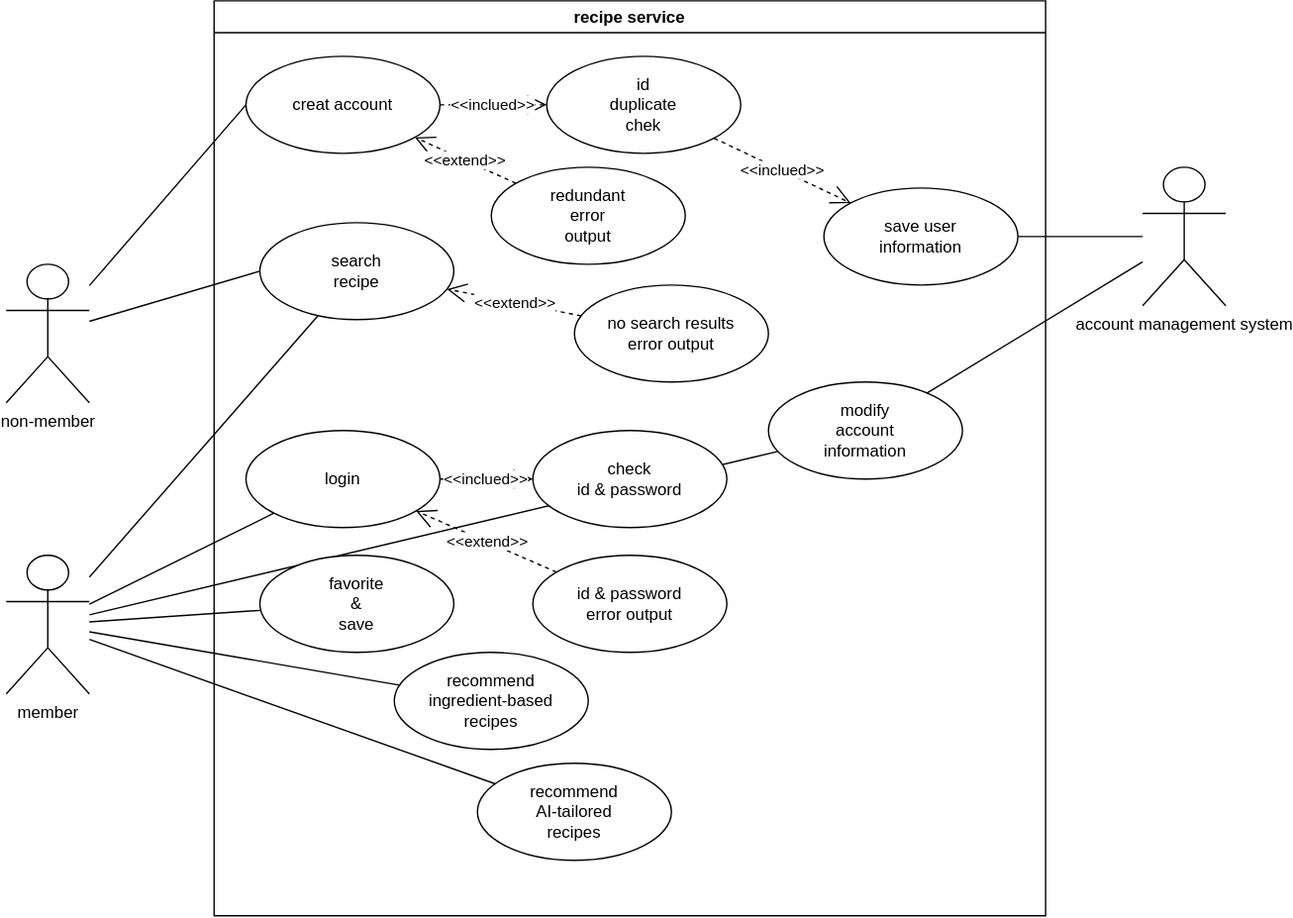
Above: sw1.drawio.svg in sunmoon-food-recipe/food-recipe (draw.io), before the change. Source tidied: cells renumbered, new cells last; positions are measured from the earlier drawing's top-left corner, leaving out a move shared by most shapes.
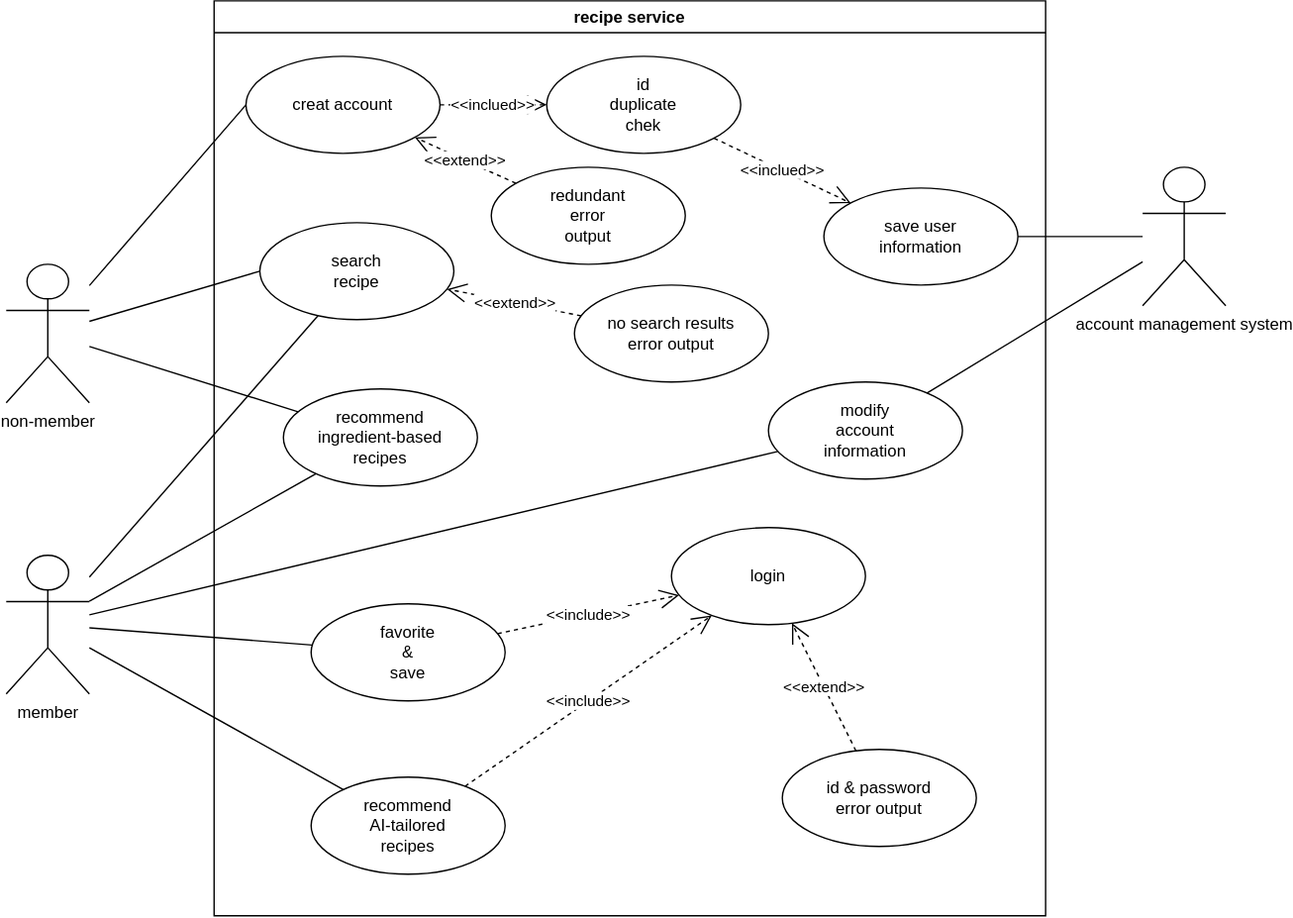
The same file after the commit.

Diff of the diagram source:
```diff
@@ -30,19 +30,13 @@
       <mxGeometry relative="1" as="geometry" />
     </mxCell>
     <mxCell id="11" value="login" style="ellipse;whiteSpace=wrap;html=1;" parent="5" vertex="1">
-      <mxGeometry x="23" y="310" width="140" height="70" as="geometry" />
+      <mxGeometry x="330" y="380" width="140" height="70" as="geometry" />
     </mxCell>
-    <mxCell id="12" value="check&lt;br&gt;id &amp;amp; password" style="ellipse;whiteSpace=wrap;html=1;" parent="5" vertex="1">
-      <mxGeometry x="230" y="310" width="140" height="70" as="geometry" />
-    </mxCell>
-    <mxCell id="13" value="&amp;lt;&amp;lt;inclued&amp;gt;&amp;gt;" style="endArrow=open;endSize=12;dashed=1;html=1;rounded=0;exitX=1;exitY=0.5;exitDx=0;exitDy=0;entryX=0;entryY=0.5;entryDx=0;entryDy=0;" parent="5" edge="1" source="11" target="12">
-      <mxGeometry relative="1" as="geometry" />
-    </mxCell>
     <mxCell id="14" value="search&lt;div&gt;recipe&lt;/div&gt;" style="ellipse;whiteSpace=wrap;html=1;" parent="5" vertex="1">
       <mxGeometry x="33" y="160" width="140" height="70" as="geometry" />
     </mxCell>
     <mxCell id="15" value="id &amp;amp; password&lt;br&gt;error output" style="ellipse;whiteSpace=wrap;html=1;" parent="5" vertex="1">
-      <mxGeometry x="230" y="400" width="140" height="70" as="geometry" />
+      <mxGeometry x="410" y="540" width="140" height="70" as="geometry" />
     </mxCell>
     <mxCell id="16" value="&amp;lt;&amp;lt;extend&amp;gt;&amp;gt;" style="endArrow=open;endSize=12;dashed=1;html=1;rounded=0;" parent="5" edge="1" source="15" target="11">
       <mxGeometry relative="1" as="geometry" />
@@ -54,13 +48,13 @@
       <mxGeometry relative="1" as="geometry" />
     </mxCell>
     <mxCell id="19" value="favorite&lt;br&gt;&amp;amp;&lt;br&gt;save" style="ellipse;whiteSpace=wrap;html=1;" parent="5" vertex="1">
-      <mxGeometry x="33" y="400" width="140" height="70" as="geometry" />
+      <mxGeometry x="70" y="435" width="140" height="70" as="geometry" />
     </mxCell>
     <mxCell id="20" value="recommend&lt;br&gt;ingredient-based&lt;br&gt;recipes" style="ellipse;whiteSpace=wrap;html=1;" parent="5" vertex="1">
-      <mxGeometry x="130" y="470" width="140" height="70" as="geometry" />
+      <mxGeometry x="50" y="280" width="140" height="70" as="geometry" />
     </mxCell>
     <mxCell id="21" value="recommend&lt;br&gt;AI-tailored&lt;br&gt;recipes" style="ellipse;whiteSpace=wrap;html=1;" parent="5" vertex="1">
-      <mxGeometry x="190" y="550" width="140" height="70" as="geometry" />
+      <mxGeometry x="70" y="560" width="140" height="70" as="geometry" />
     </mxCell>
     <mxCell id="22" value="save user&lt;br&gt;&lt;div&gt;information&lt;/div&gt;" style="ellipse;whiteSpace=wrap;html=1;" parent="5" vertex="1">
       <mxGeometry x="440" y="135" width="140" height="70" as="geometry" />
@@ -71,6 +65,12 @@
     <mxCell id="24" value="modify&lt;br&gt;account&lt;br&gt;information" style="ellipse;whiteSpace=wrap;html=1;" parent="5" vertex="1">
       <mxGeometry x="400" y="275" width="140" height="70" as="geometry" />
     </mxCell>
+    <mxCell id="35" value="&amp;lt;&amp;lt;include&amp;gt;&amp;gt;" style="endArrow=open;endSize=12;dashed=1;html=1;rounded=0;" parent="5" edge="1" source="19" target="11">
+      <mxGeometry relative="1" as="geometry" />
+    </mxCell>
+    <mxCell id="36" value="&amp;lt;&amp;lt;include&amp;gt;&amp;gt;" style="endArrow=open;endSize=12;dashed=1;html=1;rounded=0;" parent="5" edge="1" source="21" target="11">
+      <mxGeometry relative="1" as="geometry" />
+    </mxCell>
     <mxCell id="25" value="account management system" style="shape=umlActor;verticalLabelPosition=bottom;verticalAlign=top;html=1;" parent="1" vertex="1">
       <mxGeometry x="820" y="120" width="60" height="100" as="geometry" />
     </mxCell>
@@ -83,9 +83,6 @@
     <mxCell id="28" style="endArrow=none;html=1;rounded=0;" parent="1" edge="1" source="27" target="14">
       <mxGeometry relative="1" as="geometry" />
     </mxCell>
-    <mxCell id="29" style="endArrow=none;html=1;rounded=0;" parent="1" edge="1" source="27" target="11">
-      <mxGeometry relative="1" as="geometry" />
-    </mxCell>
     <mxCell id="30" style="endArrow=none;html=1;rounded=0;" parent="1" edge="1" source="27" target="19">
       <mxGeometry relative="1" as="geometry" />
     </mxCell>
@@ -101,5 +98,8 @@
     <mxCell id="34" style="endArrow=none;html=1;rounded=0;" parent="1" edge="1" source="24" target="25">
       <mxGeometry relative="1" as="geometry" />
     </mxCell>
+    <mxCell id="37" style="endArrow=none;html=1;rounded=0;" parent="1" edge="1" source="3" target="20">
+      <mxGeometry relative="1" as="geometry" />
+    </mxCell>
   </root>
 </mxGraphModel>
```
